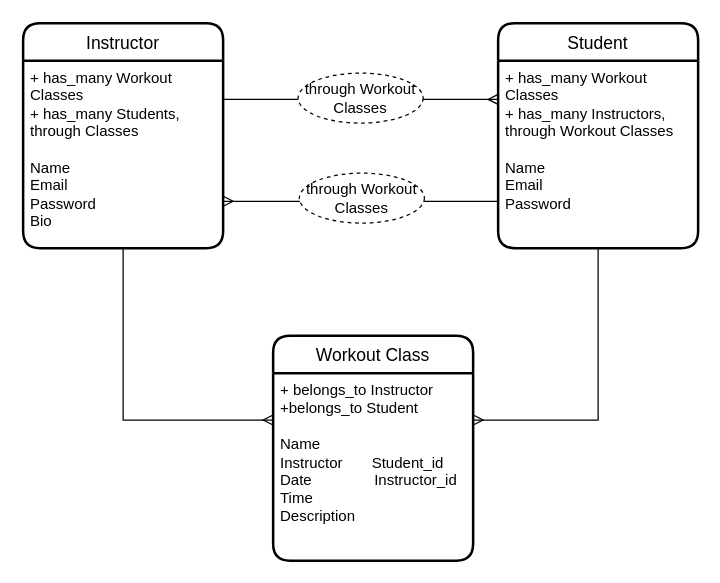
tcelovsky/workout_studio_rails_project keeps this draw.io diagram as .drawio. Above is the earlier version. Source tidied: cells renumbered, new cells numbered last; positions are measured from the earlier drawing's top-left corner, leaving out a move shared by most shapes. Both pictures are drawn from the tidied source at 125%, with x=0, y=0 at pixel (22, 22).
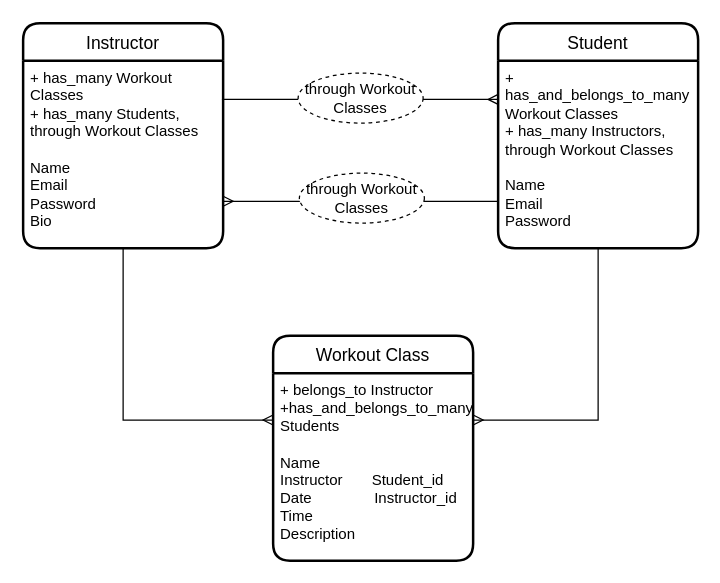
The same diagram, later.

Commit message:
Updated drawio to reflect has and belongs to many relationship between students and workout classes.

What changed in the source:
```diff
@@
 <mxGraphModel>
   <root>
     <mxCell id="0" />
     <mxCell id="1" parent="0" />
     <mxCell id="2" value="Instructor" style="swimlane;horizontal=1;startSize=30;rounded=1;fontSize=14;fontStyle=0;strokeWidth=2;shadow=0;dashed=0;align=center;" parent="1" vertex="1">
       <mxGeometry width="160" height="180" as="geometry" />
     </mxCell>
-    <mxCell id="3" value="+ has_many Workout Classes&#10;+ has_many Students, through Classes&#10;&#10;Name&#10;Email&#10;Password&#10;Bio&#10;" style="align=left;strokeColor=none;fillColor=none;spacingLeft=4;fontSize=12;verticalAlign=top;whiteSpace=wrap;" parent="2" vertex="1">
+    <mxCell id="3" value="+ has_many Workout Classes&#10;+ has_many Students, through Workout Classes&#10;&#10;Name&#10;Email&#10;Password&#10;Bio&#10;" style="align=left;strokeColor=none;fillColor=none;spacingLeft=4;fontSize=12;verticalAlign=top;whiteSpace=wrap;" parent="2" vertex="1">
       <mxGeometry y="30" width="160" height="150" as="geometry" />
     </mxCell>
     <mxCell id="4" value="Student" style="swimlane;horizontal=1;startSize=30;rounded=1;fontSize=14;fontStyle=0;strokeWidth=2;shadow=0;dashed=0;align=center;" parent="1" vertex="1">
       <mxGeometry x="380" width="160" height="180" as="geometry" />
     </mxCell>
-    <mxCell id="5" value="+ has_many Workout Classes&#10;+ has_many Instructors, through Workout Classes&#10;&#10;Name&#10;Email&#10;Password" style="align=left;strokeColor=none;fillColor=none;spacingLeft=4;fontSize=12;verticalAlign=top;whiteSpace=wrap;" parent="4" vertex="1">
+    <mxCell id="5" value="+ has_and_belongs_to_many Workout Classes&#10;+ has_many Instructors, through Workout Classes&#10;&#10;Name&#10;Email&#10;Password" style="align=left;strokeColor=none;fillColor=none;spacingLeft=4;fontSize=12;verticalAlign=top;whiteSpace=wrap;" parent="4" vertex="1">
       <mxGeometry y="30" width="160" height="150" as="geometry" />
     </mxCell>
     <mxCell id="6" value="Workout Class" style="swimlane;horizontal=1;startSize=30;rounded=1;fontSize=14;fontStyle=0;strokeWidth=2;shadow=0;dashed=0;align=center;" parent="1" vertex="1">
       <mxGeometry x="200" y="250" width="160" height="180" as="geometry" />
     </mxCell>
-    <mxCell id="7" value="+ belongs_to Instructor&#10;+belongs_to Student&#10;&#10;Name             &#10;Instructor       Student_id&#10;Date               Instructor_id&#10;Time&#10;Description" style="align=left;strokeColor=none;fillColor=none;spacingLeft=4;fontSize=12;verticalAlign=top;whiteSpace=wrap;" parent="6" vertex="1">
+    <mxCell id="7" value="+ belongs_to Instructor&#10;+has_and_belongs_to_many Students&#10;&#10;Name             &#10;Instructor       Student_id&#10;Date               Instructor_id&#10;Time&#10;Description" style="align=left;strokeColor=none;fillColor=none;spacingLeft=4;fontSize=12;verticalAlign=top;whiteSpace=wrap;" parent="6" vertex="1">
       <mxGeometry y="30" width="160" height="150" as="geometry" />
     </mxCell>
     <mxCell id="8" style="edgeStyle=elbowEdgeStyle;fontSize=12;html=1;endArrow=ERmany;rounded=0;exitX=0.5;exitY=1;exitDx=0;exitDy=0;entryX=0;entryY=0.25;entryDx=0;entryDy=0;endFill=0;" parent="1" edge="1" source="3" target="7">
       <mxGeometry relative="1" as="geometry">
         <Array as="points">
           <mxPoint x="80" y="260" />
         </Array>
       </mxGeometry>
     </mxCell>
     <mxCell id="9" style="edgeStyle=elbowEdgeStyle;fontSize=12;html=1;endArrow=ERmany;rounded=0;exitX=0.5;exitY=1;exitDx=0;exitDy=0;entryX=1;entryY=0.25;entryDx=0;entryDy=0;endFill=0;" parent="1" edge="1" target="7">
       <mxGeometry relative="1" as="geometry">
         <mxPoint x="460" y="180" as="sourcePoint" />
         <Array as="points">
           <mxPoint x="460" y="260" />
         </Array>
       </mxGeometry>
     </mxCell>
     <mxCell id="10" style="edgeStyle=elbowEdgeStyle;fontSize=12;html=1;endArrow=ERmany;rounded=0;exitX=0.994;exitY=0.207;exitDx=0;exitDy=0;endFill=0;exitPerimeter=0;" parent="1" edge="1" source="3">
       <mxGeometry relative="1" as="geometry">
         <mxPoint x="380" y="61" as="targetPoint" />
         <Array as="points">
           <mxPoint x="220" y="150" />
         </Array>
       </mxGeometry>
     </mxCell>
     <mxCell id="11" value="through Workout Classes" style="ellipse;whiteSpace=wrap;html=1;align=center;dashed=1;" parent="1" vertex="1">
       <mxGeometry x="220" y="40" width="100" height="40" as="geometry" />
     </mxCell>
     <mxCell id="12" style="edgeStyle=elbowEdgeStyle;fontSize=12;html=1;endArrow=ERmany;rounded=0;exitX=0;exitY=0.75;exitDx=0;exitDy=0;endFill=0;entryX=1;entryY=0.75;entryDx=0;entryDy=0;" parent="1" edge="1" source="5" target="3">
       <mxGeometry relative="1" as="geometry">
         <Array as="points">
           <mxPoint x="270" y="160" />
         </Array>
       </mxGeometry>
     </mxCell>
     <mxCell id="13" value="through Workout Classes" style="ellipse;whiteSpace=wrap;html=1;align=center;dashed=1;" parent="1" vertex="1">
       <mxGeometry x="221" y="120" width="100" height="40" as="geometry" />
     </mxCell>
   </root>
 </mxGraphModel>
```
